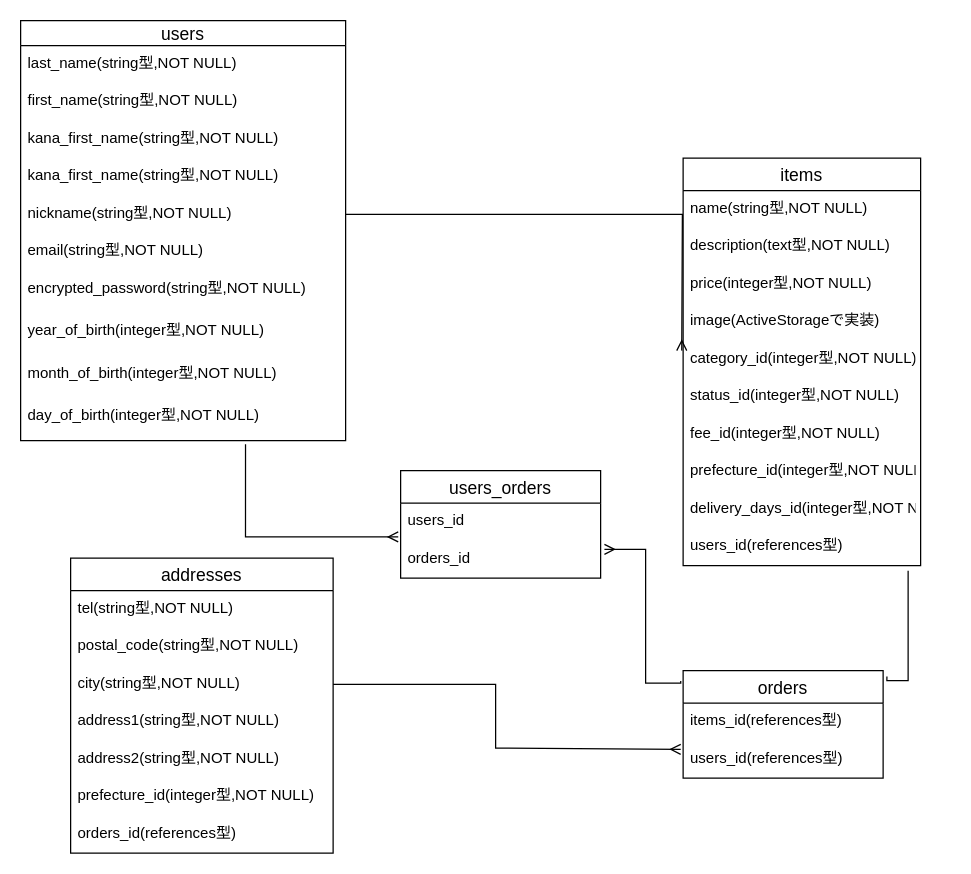
RyousukeOkazaki/furima-36553 keeps this draw.io diagram as er.dio. Above is the earlier version. Source tidied: cells renumbered, new cells numbered last; positions are measured from the earlier drawing's top-left corner, leaving out a move shared by most shapes. Both pictures are drawn from the tidied source at 125%, with x=0, y=0 at pixel (20, 20).
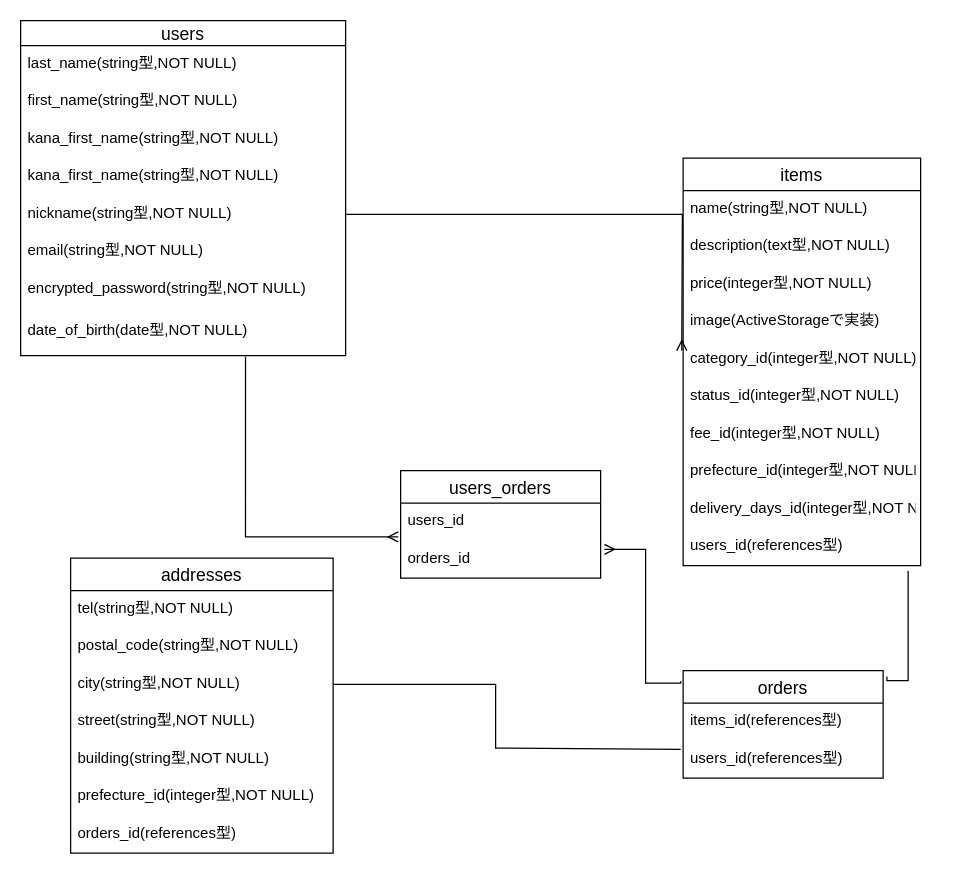
After the change.

Unchanged cells that the change refers to:
```xml
<mxCell id="24" value="addresses" style="swimlane;fontStyle=0;horizontal=1;startSize=26;align=center;fontSize=14;" parent="1" vertex="1">
  <mxGeometry x="40" y="430" width="210" height="236" as="geometry" />
</mxCell>
<mxCell id="27" value="city(string型,NOT NULL)" style="text;strokeColor=none;fillColor=none;spacingLeft=4;spacingRight=4;overflow=hidden;points=[[0,0.5],[1,0.5]];portConstraint=eastwest;fontSize=12;" parent="24" vertex="1">
  <mxGeometry y="86" width="210" height="30" as="geometry" />
</mxCell>
<mxCell id="34" value="users_id(references型)" style="text;strokeColor=none;fillColor=none;spacingLeft=4;spacingRight=4;overflow=hidden;points=[[0,0.5],[1,0.5]];portConstraint=eastwest;fontSize=12;" parent="32" vertex="1">
  <mxGeometry y="56" width="160" height="30" as="geometry" />
</mxCell>
<mxCell id="37" value="orders_id" style="text;strokeColor=none;fillColor=none;spacingLeft=4;spacingRight=4;overflow=hidden;points=[[0,0.5],[1,0.5]];portConstraint=eastwest;fontSize=12;" parent="35" vertex="1">
  <mxGeometry y="56" width="160" height="30" as="geometry" />
</mxCell>
```

The edit, as a diff of the source:
```diff
@@
     <mxCell id="2" value="users" style="swimlane;fontStyle=0;horizontal=1;startSize=20;align=center;fontSize=14;" parent="1" vertex="1">
-      <mxGeometry width="260" height="336" as="geometry" />
+      <mxGeometry width="260" height="268" as="geometry" />
     </mxCell>
@@
-    <mxCell id="10" value="year_of_birth(integer型,NOT NULL)" style="text;strokeColor=none;fillColor=none;spacingLeft=4;spacingRight=4;overflow=hidden;points=[[0,0.5],[1,0.5]];portConstraint=eastwest;fontSize=12;" parent="2" vertex="1">
+    <mxCell id="10" value="date_of_birth(date型,NOT NULL)" style="text;strokeColor=none;fillColor=none;spacingLeft=4;spacingRight=4;overflow=hidden;points=[[0,0.5],[1,0.5]];portConstraint=eastwest;fontSize=12;" parent="2" vertex="1">
       <mxGeometry y="234" width="260" height="34" as="geometry" />
     </mxCell>
-    <mxCell id="11" value="month_of_birth(integer型,NOT NULL)" style="text;strokeColor=none;fillColor=none;spacingLeft=4;spacingRight=4;overflow=hidden;fontSize=12;" parent="2" vertex="1">
-      <mxGeometry y="268" width="260" height="34" as="geometry" />
-    </mxCell>
-    <mxCell id="12" value="day_of_birth(integer型,NOT NULL)" style="text;strokeColor=none;fillColor=none;spacingLeft=4;spacingRight=4;overflow=hidden;points=[[0,0.5],[1,0.5]];portConstraint=eastwest;fontSize=12;" parent="2" vertex="1">
-      <mxGeometry y="302" width="260" height="34" as="geometry" />
-    </mxCell>
@@
-    <mxCell id="28" value="address1(string型,NOT NULL)" style="text;strokeColor=none;fillColor=none;spacingLeft=4;spacingRight=4;overflow=hidden;fontSize=12;" parent="24" vertex="1">
+    <mxCell id="28" value="street(string型,NOT NULL)" style="text;strokeColor=none;fillColor=none;spacingLeft=4;spacingRight=4;overflow=hidden;fontSize=12;" parent="24" vertex="1">
       <mxGeometry y="116" width="210" height="30" as="geometry" />
     </mxCell>
-    <mxCell id="29" value="address2(string型,NOT NULL)" style="text;strokeColor=none;fillColor=none;spacingLeft=4;spacingRight=4;overflow=hidden;fontSize=12;" parent="24" vertex="1">
+    <mxCell id="29" value="building(string型,NOT NULL)" style="text;strokeColor=none;fillColor=none;spacingLeft=4;spacingRight=4;overflow=hidden;fontSize=12;" parent="24" vertex="1">
       <mxGeometry y="146" width="210" height="30" as="geometry" />
     </mxCell>
@@
-    <mxCell id="38" style="edgeStyle=orthogonalEdgeStyle;rounded=0;jettySize=auto;html=1;entryX=-0.012;entryY=-0.1;entryDx=0;entryDy=0;entryPerimeter=0;endArrow=ERmany;endFill=0;exitX=0.692;exitY=1.088;exitDx=0;exitDy=0;exitPerimeter=0;" parent="1" edge="1" source="12" target="37">
+    <mxCell id="38" style="edgeStyle=orthogonalEdgeStyle;rounded=0;jettySize=auto;html=1;entryX=-0.012;entryY=-0.1;entryDx=0;entryDy=0;entryPerimeter=0;endArrow=ERmany;endFill=0;exitX=0.692;exitY=1.029;exitDx=0;exitDy=0;exitPerimeter=0;" parent="1" edge="1" source="10" target="37">
       <mxGeometry relative="1" as="geometry">
         <Array as="points">
           <mxPoint x="180" y="413" />
         </Array>
       </mxGeometry>
     </mxCell>
@@
-    <mxCell id="40" style="edgeStyle=orthogonalEdgeStyle;rounded=0;jettySize=auto;html=1;exitX=1;exitY=0.5;exitDx=0;exitDy=0;endArrow=ERmany;endFill=0;entryX=-0.012;entryY=0.233;entryDx=0;entryDy=0;entryPerimeter=0;" parent="1" edge="1" source="27" target="34">
+    <mxCell id="40" style="edgeStyle=orthogonalEdgeStyle;rounded=0;jettySize=auto;html=1;exitX=1;exitY=0.5;exitDx=0;exitDy=0;endArrow=none;endFill=0;entryX=-0.012;entryY=0.233;entryDx=0;entryDy=0;entryPerimeter=0;" parent="1" edge="1" source="27" target="34">
       <mxGeometry relative="1" as="geometry">
         <Array as="points">
           <mxPoint x="380" y="531" />
           <mxPoint x="380" y="582" />
         </Array>
       </mxGeometry>
     </mxCell>
```
